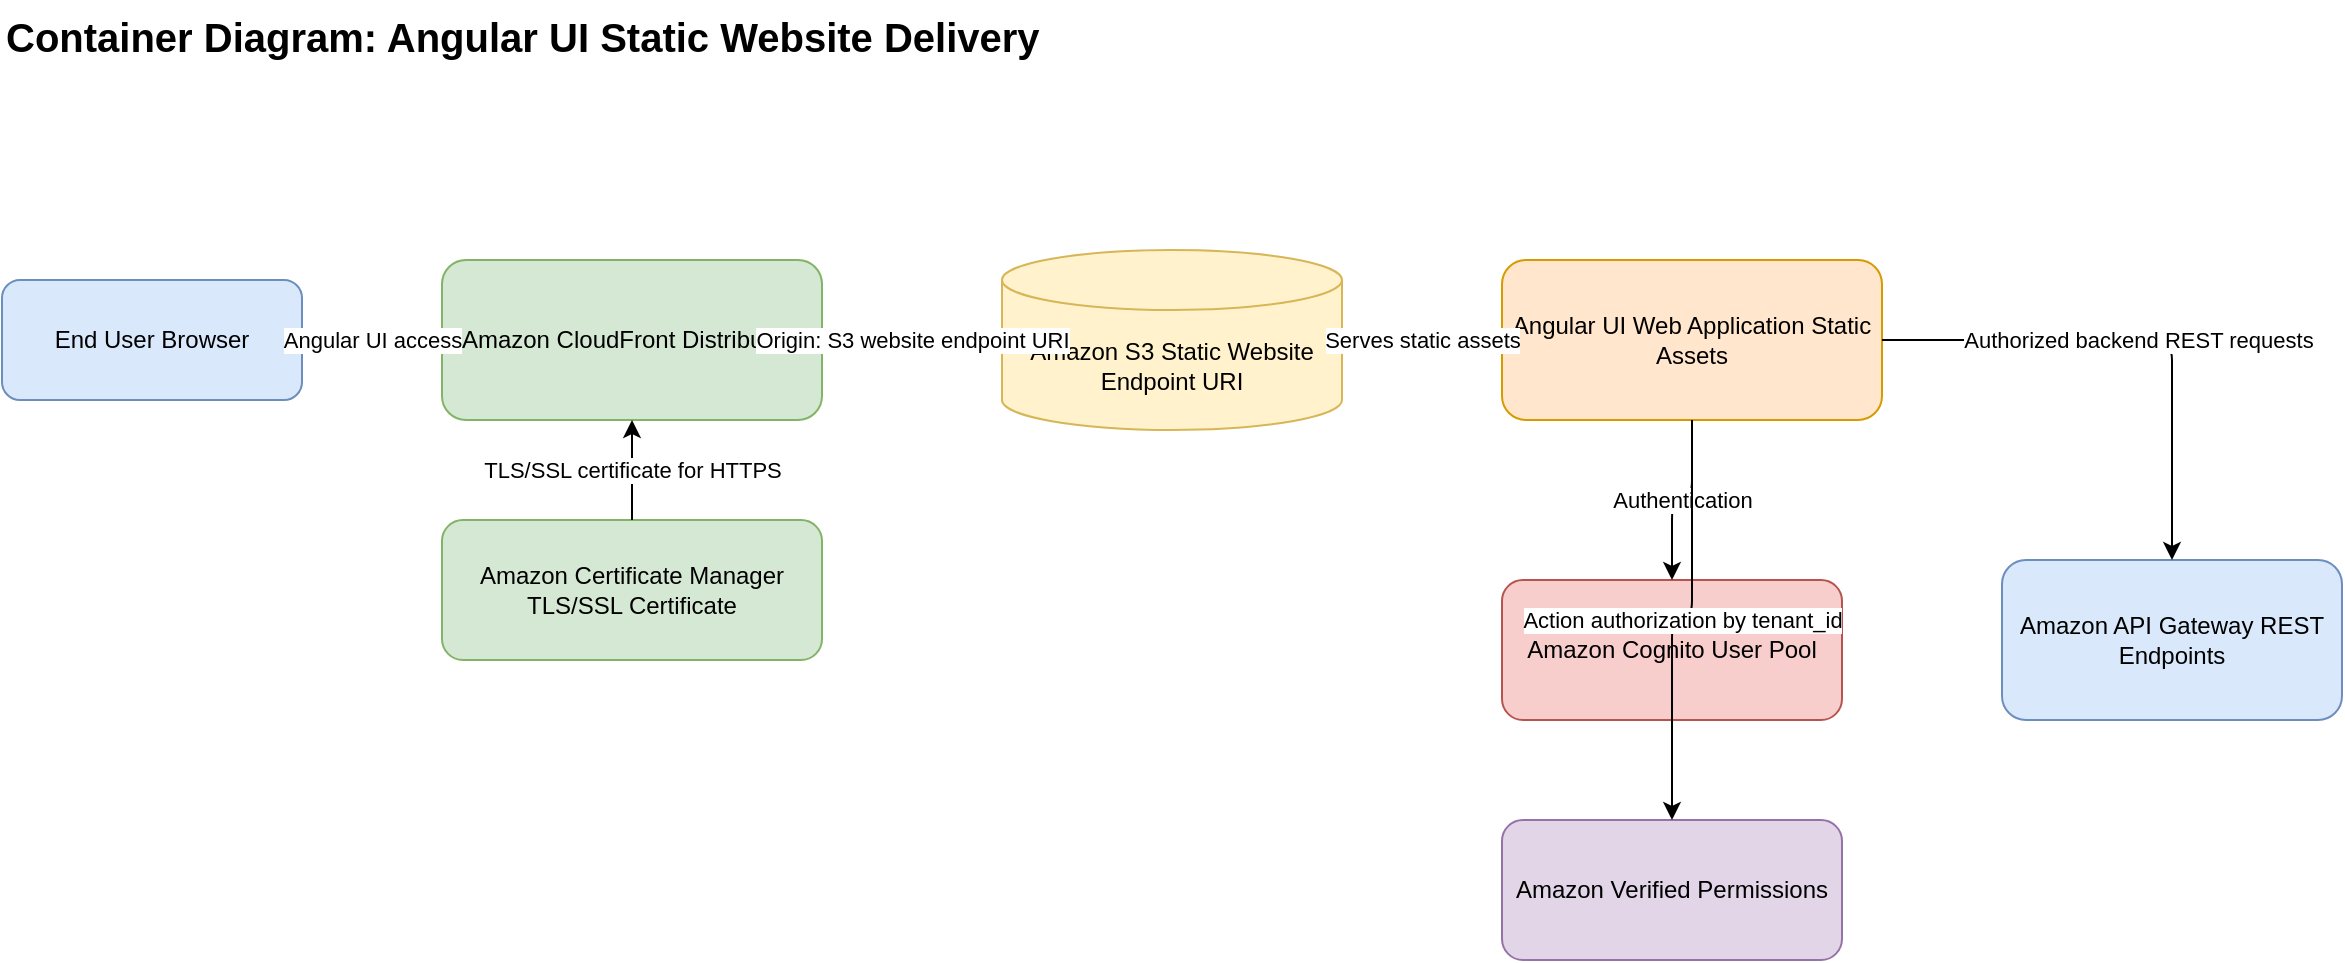
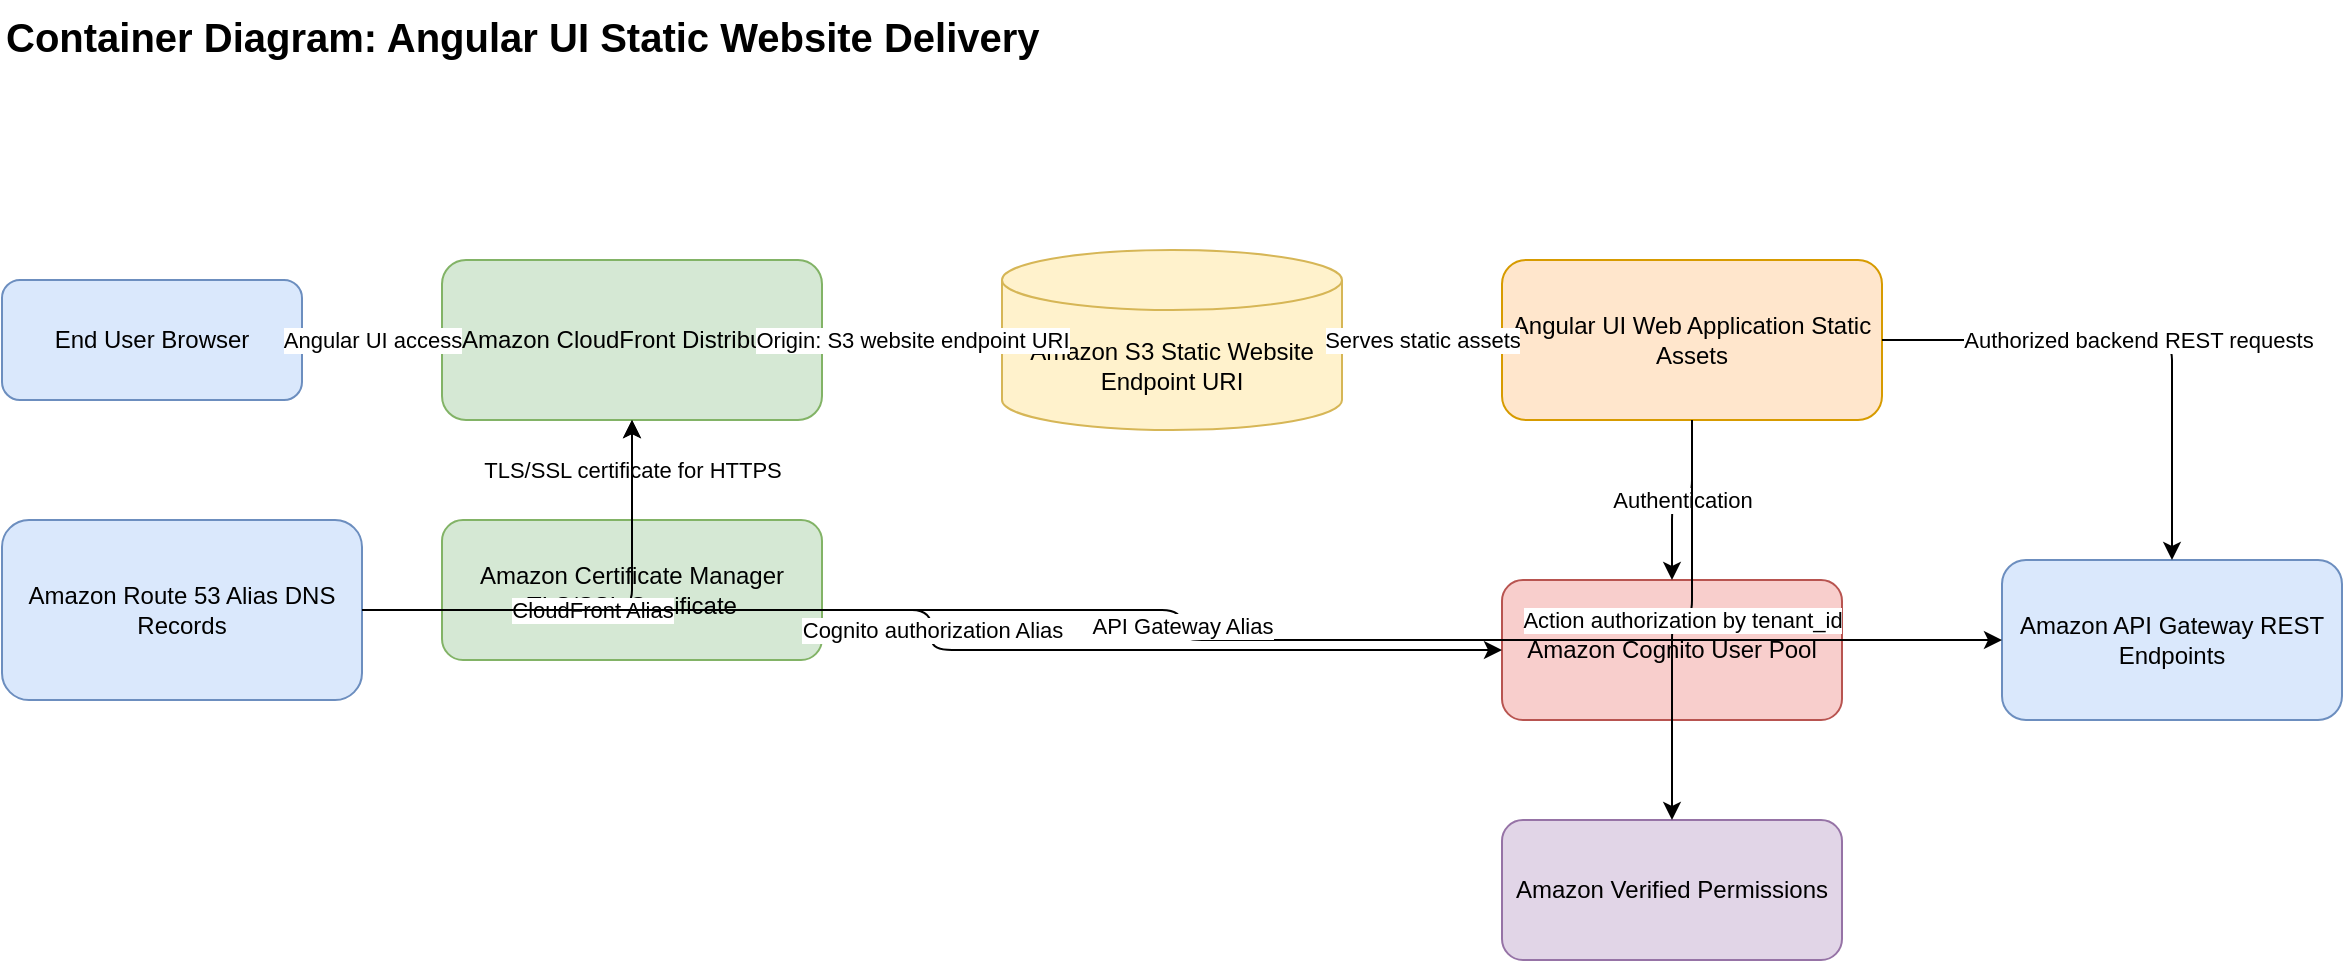
<mxGraphModel dx="1200" dy="800" grid="1" gridSize="10" guides="1" tooltips="1" connect="1" arrows="1" fold="1" page="1" pageScale="1" pageWidth="1200" pageHeight="850" math="0" shadow="0" adaptiveColors="auto">
  <root>
    <mxCell id="0"/>
    <mxCell id="1" parent="0"/>
    <mxCell id="title" value="Container Diagram: Angular UI Static Website Delivery" style="text;html=1;fontSize=20;fontStyle=1;strokeColor=none;fillColor=none;" vertex="1" parent="1">
      <mxGeometry x="40" y="20" width="600" height="40" as="geometry"/>
    </mxCell>
    <mxCell id="user" value="End User Browser" style="rounded=1;whiteSpace=wrap;html=1;fillColor=#dae8fc;strokeColor=#6c8ebf;" vertex="1" parent="1">
      <mxGeometry x="40" y="160" width="150" height="60" as="geometry"/>
    </mxCell>
    <mxCell id="cloudfront" value="Amazon CloudFront Distribution" style="rounded=1;whiteSpace=wrap;html=1;fillColor=#d5e8d4;strokeColor=#82b366;" vertex="1" parent="1">
      <mxGeometry x="260" y="150" width="190" height="80" as="geometry"/>
+     </mxCell>
+     <mxCell id="route53" value="Amazon Route 53 Alias DNS Records" style="rounded=1;whiteSpace=wrap;html=1;fillColor=#dae8fc;strokeColor=#6c8ebf;" vertex="1" parent="1">
+       <mxGeometry x="40" y="280" width="180" height="90" as="geometry"/>
    </mxCell>
    <mxCell id="s3" value="Amazon S3 Static Website Endpoint URI" style="shape=cylinder3;whiteSpace=wrap;html=1;boundedLbl=1;backgroundOutline=1;size=15;fillColor=#fff2cc;strokeColor=#d6b656;" vertex="1" parent="1">
      <mxGeometry x="540" y="145" width="170" height="90" as="geometry"/>
    </mxCell>
    <mxCell id="angular" value="Angular UI Web Application Static Assets" style="rounded=1;whiteSpace=wrap;html=1;fillColor=#ffe6cc;strokeColor=#d79b00;" vertex="1" parent="1">
      <mxGeometry x="790" y="150" width="190" height="80" as="geometry"/>
    </mxCell>
    <mxCell id="cognito" value="Amazon Cognito User Pool" style="rounded=1;whiteSpace=wrap;html=1;fillColor=#f8cecc;strokeColor=#b85450;" vertex="1" parent="1">
      <mxGeometry x="790" y="310" width="170" height="70" as="geometry"/>
    </mxCell>
    <mxCell id="avp" value="Amazon Verified Permissions" style="rounded=1;whiteSpace=wrap;html=1;fillColor=#e1d5e7;strokeColor=#9673a6;" vertex="1" parent="1">
      <mxGeometry x="790" y="430" width="170" height="70" as="geometry"/>
    </mxCell>
    <mxCell id="apigw" value="Amazon API Gateway REST Endpoints" style="rounded=1;whiteSpace=wrap;html=1;fillColor=#dae8fc;strokeColor=#6c8ebf;" vertex="1" parent="1">
      <mxGeometry x="1040" y="300" width="170" height="80" as="geometry"/>
    </mxCell>
    <mxCell id="acm" value="Amazon Certificate Manager TLS/SSL Certificate" style="rounded=1;whiteSpace=wrap;html=1;fillColor=#d5e8d4;strokeColor=#82b366;" vertex="1" parent="1">
      <mxGeometry x="260" y="280" width="190" height="70" as="geometry"/>
    </mxCell>
    <mxCell id="e1" value="Angular UI access" style="edgeStyle=orthogonalEdgeStyle;rounded=1;html=1;endArrow=classic;" edge="1" parent="1" source="user" target="cloudfront">
      <mxGeometry relative="1" as="geometry"/>
    </mxCell>
    <mxCell id="e2" value="Origin: S3 website endpoint URI" style="edgeStyle=orthogonalEdgeStyle;rounded=1;html=1;endArrow=classic;" edge="1" parent="1" source="cloudfront" target="s3">
      <mxGeometry relative="1" as="geometry"/>
    </mxCell>
    <mxCell id="e3" value="Serves static assets" style="edgeStyle=orthogonalEdgeStyle;rounded=1;html=1;endArrow=classic;" edge="1" parent="1" source="s3" target="angular">
      <mxGeometry relative="1" as="geometry"/>
    </mxCell>
    <mxCell id="e4" value="Authentication" style="edgeStyle=orthogonalEdgeStyle;rounded=1;html=1;endArrow=classic;" edge="1" parent="1" source="angular" target="cognito">
      <mxGeometry relative="1" as="geometry"/>
    </mxCell>
    <mxCell id="e5" value="Action authorization by tenant_id" style="edgeStyle=orthogonalEdgeStyle;rounded=1;html=1;endArrow=classic;" edge="1" parent="1" source="angular" target="avp">
      <mxGeometry relative="1" as="geometry"/>
    </mxCell>
    <mxCell id="e6" value="Authorized backend REST requests" style="edgeStyle=orthogonalEdgeStyle;rounded=1;html=1;endArrow=classic;" edge="1" parent="1" source="angular" target="apigw">
      <mxGeometry relative="1" as="geometry"/>
    </mxCell>
    <mxCell id="e7" value="TLS/SSL certificate for HTTPS" style="edgeStyle=orthogonalEdgeStyle;rounded=1;html=1;endArrow=classic;" edge="1" parent="1" source="acm" target="cloudfront">
      <mxGeometry relative="1" as="geometry"/>
    </mxCell>
+     <mxCell id="e8" value="CloudFront Alias" style="edgeStyle=orthogonalEdgeStyle;rounded=1;html=1;endArrow=classic;" edge="1" parent="1" source="route53" target="cloudfront">
+       <mxGeometry relative="1" as="geometry"/>
+     </mxCell>
+     <mxCell id="e9" value="Cognito authorization Alias" style="edgeStyle=orthogonalEdgeStyle;rounded=1;html=1;endArrow=classic;" edge="1" parent="1" source="route53" target="cognito">
+       <mxGeometry relative="1" as="geometry"/>
+     </mxCell>
+     <mxCell id="e10" value="API Gateway Alias" style="edgeStyle=orthogonalEdgeStyle;rounded=1;html=1;endArrow=classic;" edge="1" parent="1" source="route53" target="apigw">
+       <mxGeometry relative="1" as="geometry"/>
+     </mxCell>
  </root>
</mxGraphModel>
